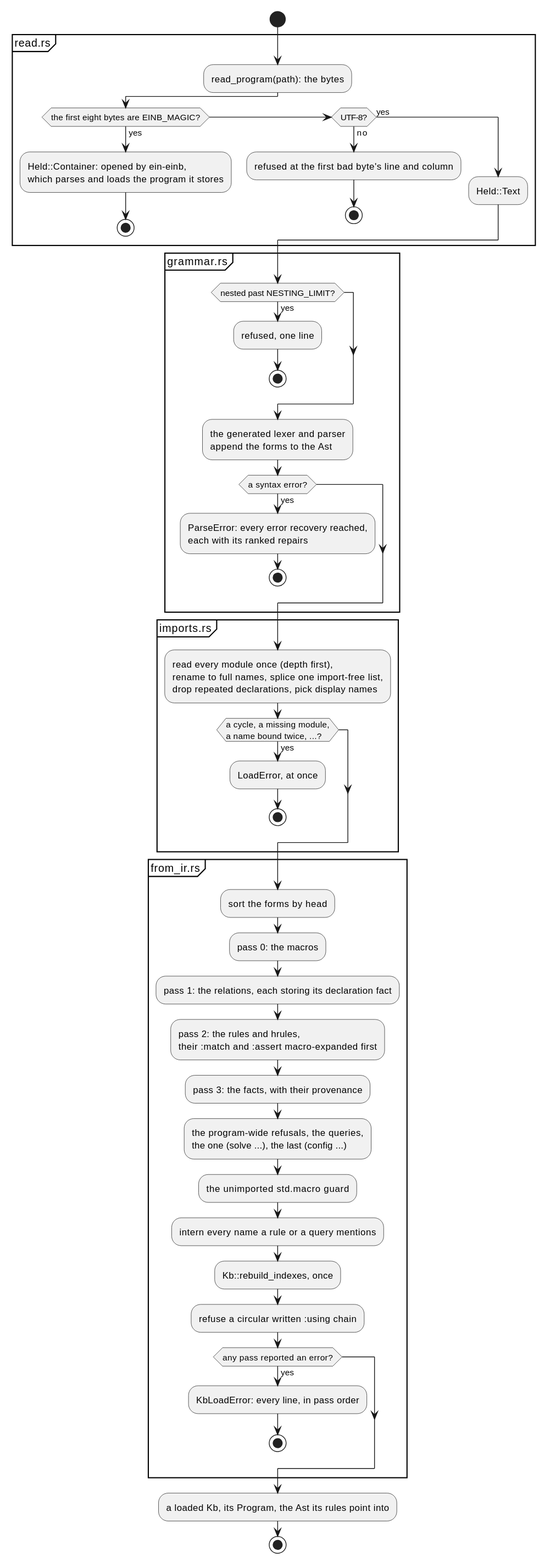
Above: docs/ein/ein.rs/03-design/diagrams/04-load-path.svg in agutikov/ein (PlantUML), before the change. Its source is kept beside it as docs/ein/ein.rs/03-design/diagrams/04-load-path.puml.
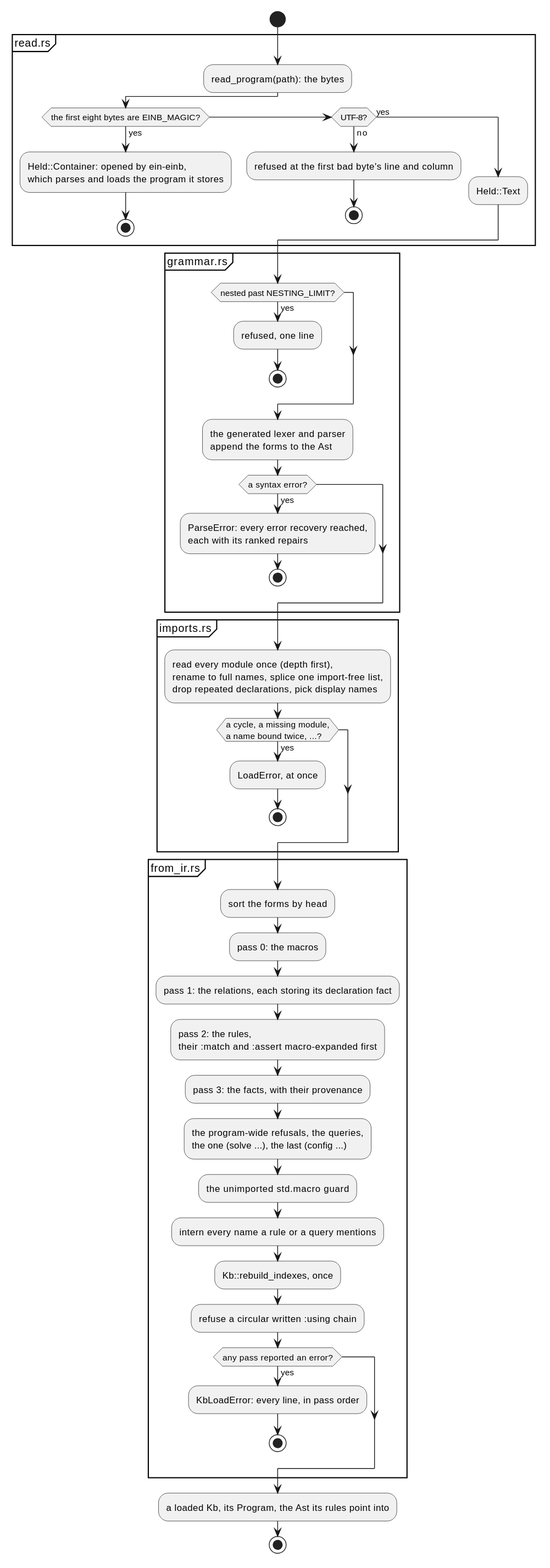
Later version of the same file.

Diff of the diagram source:
```diff
@@ -34,7 +34,7 @@
   :sort the forms by head;
   :pass 0: the macros;
   :pass 1: the relations, each storing its declaration fact;
-  :pass 2: the rules and hrules,\ntheir :match and :assert macro-expanded first;
+  :pass 2: the rules,\ntheir :match and :assert macro-expanded first;
   :pass 3: the facts, with their provenance;
   :the program-wide refusals, the queries,\nthe one (solve ...), the last (config ...);
   :the unimported std.macro guard;
```
